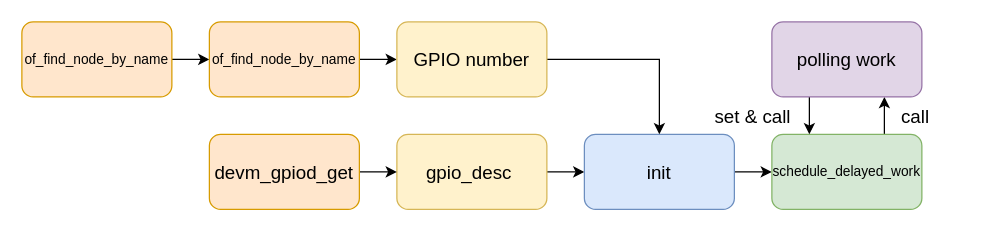
Earlier version of the draw.io diagram driver/ADC-driver/gpio-handle driver.drawio (OuO333333/jserv-linux-kernel-internals-study). Source tidied: cells renumbered, new cells numbered last; positions are measured from the earlier drawing's top-left corner, leaving out a move shared by most shapes. Both pictures are drawn from the tidied source at 125%, with x=0, y=0 at pixel (21, 21).
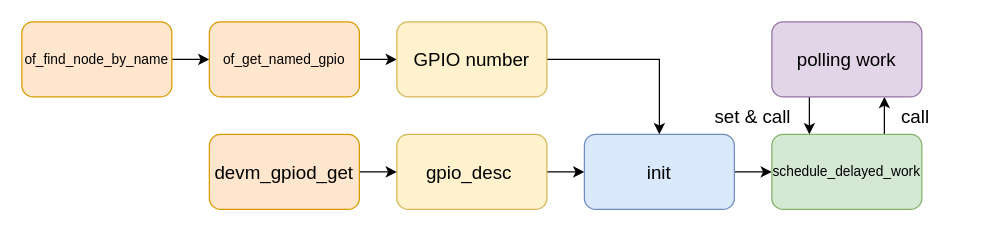
Above is the later version.

The edit, as a diff of the source:
```diff
@@
 <mxGraphModel>
   <root>
     <mxCell id="0" />
     <mxCell id="1" parent="0" />
     <mxCell id="2" style="edgeStyle=orthogonalEdgeStyle;rounded=0;jettySize=auto;html=1;exitX=1;exitY=0.5;exitDx=0;exitDy=0;entryX=0;entryY=0.5;entryDx=0;entryDy=0;" parent="1" edge="1" source="3" target="7">
       <mxGeometry relative="1" as="geometry" />
     </mxCell>
     <mxCell id="3" value="&lt;font style=&quot;font-size: 15px;&quot;&gt;gpio_desc&amp;nbsp;&lt;/font&gt;" style="rounded=1;whiteSpace=wrap;html=1;fillColor=#fff2cc;strokeColor=#d6b656;" parent="1" vertex="1">
       <mxGeometry x="300" y="90" width="120" height="60" as="geometry" />
     </mxCell>
     <mxCell id="4" style="edgeStyle=orthogonalEdgeStyle;rounded=0;jettySize=auto;html=1;exitX=1;exitY=0.5;exitDx=0;exitDy=0;entryX=0;entryY=0.5;entryDx=0;entryDy=0;" parent="1" edge="1" source="5" target="3">
       <mxGeometry relative="1" as="geometry" />
     </mxCell>
     <mxCell id="5" value="&lt;font style=&quot;font-size: 15px;&quot;&gt;devm_gpiod_get&lt;/font&gt;" style="rounded=1;whiteSpace=wrap;html=1;fillColor=#ffe6cc;strokeColor=#d79b00;" parent="1" vertex="1">
       <mxGeometry x="150" y="90" width="120" height="60" as="geometry" />
     </mxCell>
     <mxCell id="6" style="edgeStyle=orthogonalEdgeStyle;rounded=0;jettySize=auto;html=1;exitX=1;exitY=0.5;exitDx=0;exitDy=0;entryX=0;entryY=0.5;entryDx=0;entryDy=0;" parent="1" edge="1" source="7" target="9">
       <mxGeometry relative="1" as="geometry" />
     </mxCell>
     <mxCell id="7" value="&lt;span style=&quot;font-size: 15px;&quot;&gt;init&lt;/span&gt;" style="rounded=1;whiteSpace=wrap;html=1;fillColor=#dae8fc;strokeColor=#6c8ebf;" parent="1" vertex="1">
       <mxGeometry x="450" y="90" width="120" height="60" as="geometry" />
     </mxCell>
     <mxCell id="8" style="edgeStyle=orthogonalEdgeStyle;rounded=0;jettySize=auto;html=1;exitX=0.75;exitY=0;exitDx=0;exitDy=0;entryX=0.75;entryY=1;entryDx=0;entryDy=0;" parent="1" edge="1" source="9" target="11">
       <mxGeometry relative="1" as="geometry" />
     </mxCell>
     <mxCell id="9" value="&lt;font style=&quot;font-size: 11px;&quot;&gt;schedule_delayed_work&lt;/font&gt;" style="rounded=1;whiteSpace=wrap;html=1;fillColor=#d5e8d4;strokeColor=#82b366;" parent="1" vertex="1">
       <mxGeometry x="600" y="90" width="120" height="60" as="geometry" />
     </mxCell>
     <mxCell id="10" style="edgeStyle=orthogonalEdgeStyle;rounded=0;jettySize=auto;html=1;exitX=0.25;exitY=1;exitDx=0;exitDy=0;entryX=0.25;entryY=0;entryDx=0;entryDy=0;" parent="1" edge="1" source="11" target="9">
       <mxGeometry relative="1" as="geometry" />
     </mxCell>
     <mxCell id="11" value="&lt;span style=&quot;font-size: 15px;&quot;&gt;polling work&lt;/span&gt;" style="rounded=1;whiteSpace=wrap;html=1;fillColor=#e1d5e7;strokeColor=#9673a6;" parent="1" vertex="1">
       <mxGeometry x="600" width="120" height="60" as="geometry" />
     </mxCell>
     <mxCell id="12" value="&lt;font style=&quot;font-size: 15px;&quot;&gt;set &amp;amp; call&lt;/font&gt;" style="text;html=1;align=center;verticalAlign=middle;whiteSpace=wrap;rounded=0;" parent="1" vertex="1">
       <mxGeometry x="540" y="60" width="90" height="30" as="geometry" />
     </mxCell>
     <mxCell id="13" value="&lt;font style=&quot;font-size: 15px;&quot;&gt;call&lt;/font&gt;" style="text;html=1;align=center;verticalAlign=middle;whiteSpace=wrap;rounded=0;" parent="1" vertex="1">
       <mxGeometry x="670" y="60" width="90" height="30" as="geometry" />
     </mxCell>
     <mxCell id="14" style="edgeStyle=orthogonalEdgeStyle;rounded=0;jettySize=auto;html=1;exitX=1;exitY=0.5;exitDx=0;exitDy=0;entryX=0;entryY=0.5;entryDx=0;entryDy=0;" parent="1" edge="1" source="15" target="17">
       <mxGeometry relative="1" as="geometry" />
     </mxCell>
     <mxCell id="15" value="&lt;font style=&quot;font-size: 11px;&quot;&gt;of_find_node_by_name&lt;/font&gt;" style="rounded=1;whiteSpace=wrap;html=1;fillColor=#ffe6cc;strokeColor=#d79b00;" parent="1" vertex="1">
       <mxGeometry width="120" height="60" as="geometry" />
     </mxCell>
     <mxCell id="16" style="edgeStyle=orthogonalEdgeStyle;rounded=0;jettySize=auto;html=1;exitX=1;exitY=0.5;exitDx=0;exitDy=0;entryX=0;entryY=0.5;entryDx=0;entryDy=0;" parent="1" edge="1" source="17" target="19">
       <mxGeometry relative="1" as="geometry" />
     </mxCell>
-    <mxCell id="17" value="&lt;font style=&quot;font-size: 11px;&quot;&gt;of_find_node_by_name&lt;/font&gt;" style="rounded=1;whiteSpace=wrap;html=1;fillColor=#ffe6cc;strokeColor=#d79b00;" parent="1" vertex="1">
+    <mxCell id="17" value="&lt;font style=&quot;font-size: 11px;&quot;&gt;of_get_named_gpio&lt;/font&gt;" style="rounded=1;whiteSpace=wrap;html=1;fillColor=#ffe6cc;strokeColor=#d79b00;" parent="1" vertex="1">
       <mxGeometry x="150" width="120" height="60" as="geometry" />
     </mxCell>
     <mxCell id="18" style="edgeStyle=orthogonalEdgeStyle;rounded=0;jettySize=auto;html=1;exitX=1;exitY=0.5;exitDx=0;exitDy=0;entryX=0.5;entryY=0;entryDx=0;entryDy=0;" parent="1" edge="1" source="19" target="7">
       <mxGeometry relative="1" as="geometry" />
     </mxCell>
     <mxCell id="19" value="&lt;font style=&quot;font-size: 15px;&quot;&gt;GPIO number&lt;/font&gt;" style="rounded=1;whiteSpace=wrap;html=1;fillColor=#fff2cc;strokeColor=#d6b656;" parent="1" vertex="1">
       <mxGeometry x="300" width="120" height="60" as="geometry" />
     </mxCell>
   </root>
 </mxGraphModel>
```
